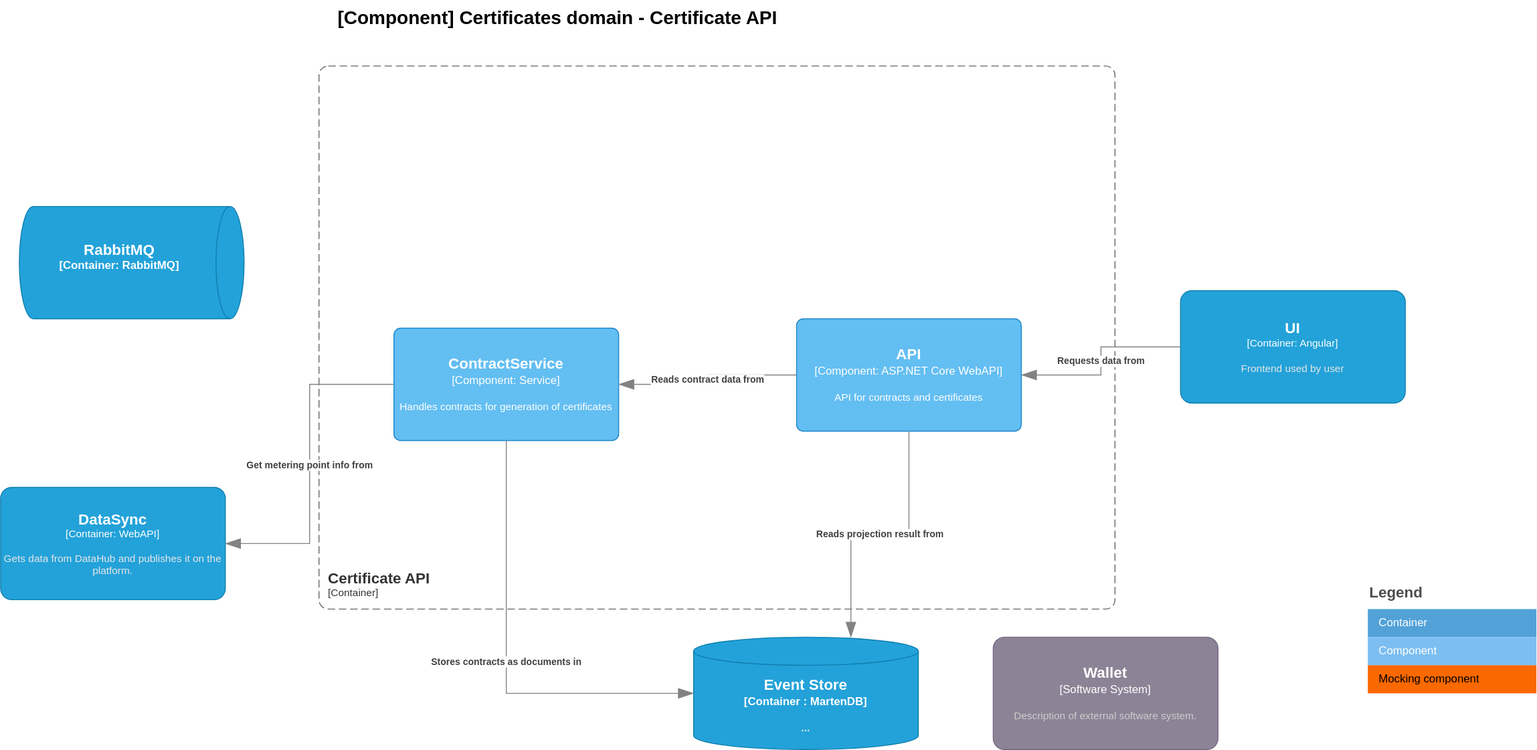
Above: doc/architecture/diagrams/certificates.current.component.certificate.api.drawio.svg in Energinet-DataHub/energy-origin (draw.io), before the change. Source tidied: cells renumbered, new cells last; positions are measured from the earlier drawing's top-left corner, leaving out a move shared by most shapes.
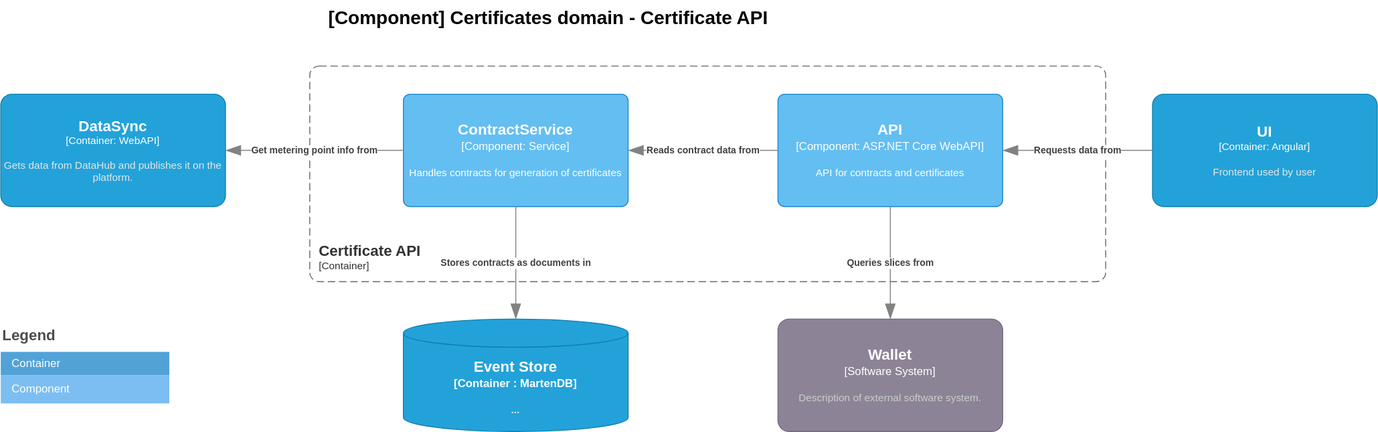
The same file after the commit.

What changed in the source:
```diff
@@ -4,17 +4,17 @@
     <mxCell id="1" parent="0" />
     <object id="2" label="&lt;font style=&quot;font-size: 16px&quot;&gt;&lt;b&gt;&lt;div style=&quot;text-align: left&quot;&gt;%c4Name%&lt;/div&gt;&lt;/b&gt;&lt;/font&gt;&lt;div style=&quot;text-align: left&quot;&gt;[%c4Application%]&lt;/div&gt;" c4Application="Container" c4Name="Certificate API" c4Type="ContainerScopeBoundary" placeholders="1">
       <mxCell style="rounded=1;fontSize=11;whiteSpace=wrap;html=1;dashed=1;arcSize=20;fillColor=none;strokeColor=#666666;fontColor=#333333;labelBackgroundColor=none;align=left;verticalAlign=bottom;labelBorderColor=none;spacingTop=0;spacing=10;dashPattern=8 4;perimeter=rectanglePerimeter;noLabel=0;labelPadding=0;absoluteArcSize=1;" parent="1" vertex="1">
-        <mxGeometry x="340" y="70" width="850" height="580" as="geometry" />
+        <mxGeometry x="340" y="70" width="850" height="230" as="geometry" />
       </mxCell>
     </object>
     <object id="3" label="&lt;font style=&quot;font-size: 16px&quot;&gt;&lt;b&gt;%c4Type%&lt;/font&gt;&lt;div&gt;[%c4Container%:&amp;nbsp;%c4Technology%]&lt;/div&gt;&lt;br&gt;&lt;div&gt;&lt;font style=&quot;font-size: 11px&quot;&gt;&lt;font color=&quot;#E6E6E6&quot;&gt;%c4Description%&lt;/font&gt;&lt;/div&gt;" c4Container="Container " c4Description="..." c4Technology="MartenDB" c4Type="Event Store" placeholders="1">
       <mxCell style="shape=cylinder3;size=15;whiteSpace=wrap;html=1;boundedLbl=1;rounded=0;labelBackgroundColor=none;fillColor=#23A2D9;fontSize=12;fontColor=#ffffff;align=center;strokeColor=#0E7DAD;points=[[0.5,0,0],[1,0.25,0],[1,0.5,0],[1,0.75,0],[0.5,1,0],[0,0.75,0],[0,0.5,0],[0,0.25,0]];" parent="1" vertex="1">
-        <mxGeometry x="740" y="680" width="240" height="120" as="geometry" />
+        <mxGeometry x="440" y="340" width="240" height="120" as="geometry" />
       </mxCell>
     </object>
     <object id="4" label="&lt;font style=&quot;font-size: 16px&quot;&gt;&lt;b&gt;%c4Name%&lt;/b&gt;&lt;/font&gt;&lt;div&gt;[%c4Type%: %c4Technology%]&lt;/div&gt;&lt;br&gt;&lt;div&gt;&lt;font style=&quot;font-size: 11px&quot;&gt;%c4Description%&lt;/font&gt;&lt;/div&gt;" c4Description="Handles contracts for generation of certificates" c4Name="ContractService" c4Technology="Service" c4Type="Component" placeholders="1">
       <mxCell style="rounded=1;whiteSpace=wrap;html=1;labelBackgroundColor=none;fillColor=#63BEF2;align=center;arcSize=6;strokeColor=#2086C9;points=[[0.25,0,0],[0.5,0,0],[0.75,0,0],[1,0.25,0],[1,0.5,0],[1,0.75,0],[0.75,1,0],[0.5,1,0],[0.25,1,0],[0,0.75,0],[0,0.5,0],[0,0.25,0]];fontColor=#ffffff;" parent="1" vertex="1">
-        <mxGeometry x="420" y="350" width="240" height="120" as="geometry" />
+        <mxGeometry x="440" y="100" width="240" height="120" as="geometry" />
       </mxCell>
     </object>
     <object id="5" label="&lt;font style=&quot;font-size: 20px;&quot;&gt;&lt;b style=&quot;font-size: 20px;&quot;&gt;&lt;div style=&quot;font-size: 20px;&quot;&gt;%c4Name%&lt;/div&gt;&lt;/b&gt;&lt;/font&gt;&lt;div style=&quot;font-size: 20px;&quot;&gt;%c4Description%&lt;/div&gt;" c4Description="" c4Name="[Component] Certificates domain - Certificate API" c4Type="ContainerDiagramTitle" placeholders="1">
@@ -24,34 +24,34 @@
     </object>
     <object id="6" label="&lt;font style=&quot;font-size: 16px&quot;&gt;&lt;b&gt;%c4Name%&lt;/b&gt;&lt;/font&gt;&lt;div&gt;[%c4Type%: %c4Technology%]&lt;/div&gt;&lt;br&gt;&lt;div&gt;&lt;font style=&quot;font-size: 11px&quot;&gt;&lt;font color=&quot;#E6E6E6&quot;&gt;%c4Description%&lt;/font&gt;&lt;/div&gt;" c4Description="Gets data from DataHub and publishes it on the platform." c4Name="DataSync" c4Technology="WebAPI" c4Type="Container" placeholders="1">
       <mxCell style="rounded=1;whiteSpace=wrap;html=1;fontSize=11;labelBackgroundColor=none;fillColor=#23A2D9;fontColor=#ffffff;align=center;arcSize=10;strokeColor=#0E7DAD;points=[[0.25,0,0],[0.5,0,0],[0.75,0,0],[1,0.25,0],[1,0.5,0],[1,0.75,0],[0.75,1,0],[0.5,1,0],[0.25,1,0],[0,0.75,0],[0,0.5,0],[0,0.25,0]];" parent="1" vertex="1">
-        <mxGeometry y="520" width="240" height="120" as="geometry" />
+        <mxGeometry x="10" y="100" width="240" height="120" as="geometry" />
       </mxCell>
     </object>
     <mxCell id="7" value="Legend" style="align=left;fontSize=16;fontStyle=1;strokeColor=none;fillColor=none;fontColor=#4D4D4D;spacingTop=-8;" parent="1" vertex="1">
-      <mxGeometry x="1460" y="620" width="180" height="30" as="geometry" />
+      <mxGeometry x="10" y="345" width="180" height="30" as="geometry" />
     </mxCell>
     <mxCell id="8" style="shape=table;html=1;whiteSpace=wrap;startSize=0;fillColor=none;align=left;spacingLeft=10;strokeColor=none;rounded=1;arcSize=11;fontColor=#FFFFFF;" parent="1" vertex="1">
-      <mxGeometry x="1460" y="650" width="180" height="60" as="geometry" />
+      <mxGeometry x="10" y="375" width="180" height="55" as="geometry" />
     </mxCell>
     <mxCell id="9" value="Container" style="shape=partialRectangle;html=1;whiteSpace=wrap;fillColor=#52A2D8;top=0;left=0;bottom=0;right=0;overflow=hidden;align=left;spacingLeft=10;fontColor=#FFFFFF;strokeColor=#2086C9;" parent="8" vertex="1">
-      <mxGeometry width="180" height="30" as="geometry" />
+      <mxGeometry width="180" height="25" as="geometry" />
     </mxCell>
     <mxCell id="10" value="Component" style="shape=partialRectangle;html=1;whiteSpace=wrap;fillColor=#7CBEF1;top=0;left=0;bottom=0;right=0;overflow=hidden;align=left;spacingLeft=10;fontColor=#FFFFFF;strokeColor=#2086C9;" parent="8" vertex="1">
-      <mxGeometry y="30" width="180" height="30" as="geometry" />
+      <mxGeometry y="25" width="180" height="30" as="geometry" />
     </mxCell>
     <object id="11" label="&lt;font style=&quot;font-size: 16px&quot;&gt;&lt;b&gt;%c4Name%&lt;/b&gt;&lt;/font&gt;&lt;div&gt;[%c4Type%: %c4Technology%]&lt;/div&gt;&lt;br&gt;&lt;div&gt;&lt;font style=&quot;font-size: 11px&quot;&gt;%c4Description%&lt;/font&gt;&lt;/div&gt;" c4Description="API for contracts and certificates" c4Name="API" c4Technology="ASP.NET Core WebAPI" c4Type="Component" placeholders="1">
       <mxCell style="rounded=1;whiteSpace=wrap;html=1;labelBackgroundColor=none;fillColor=#63BEF2;fontColor=#ffffff;align=center;arcSize=6;strokeColor=#2086C9;points=[[0.25,0,0],[0.5,0,0],[0.75,0,0],[1,0.25,0],[1,0.5,0],[1,0.75,0],[0.75,1,0],[0.5,1,0],[0.25,1,0],[0,0.75,0],[0,0.5,0],[0,0.25,0]];" parent="1" vertex="1">
-        <mxGeometry x="850" y="340" width="240" height="120" as="geometry" />
+        <mxGeometry x="840" y="100" width="240" height="120" as="geometry" />
       </mxCell>
     </object>
-    <object id="12" label="&lt;div style=&quot;text-align: left&quot;&gt;&lt;div style=&quot;text-align: center&quot;&gt;&lt;b&gt;%c4Description%&lt;/b&gt;&lt;/div&gt;" c4Description="Reads projection result from" c4Type="Relationship" placeholders="1">
-      <mxCell style="endArrow=blockThin;html=1;fontSize=10;fontColor=#404040;strokeWidth=1;endFill=1;strokeColor=#828282;elbow=vertical;endSize=14;startSize=14;jumpStyle=arc;jumpSize=16;rounded=0;edgeStyle=orthogonalEdgeStyle;exitX=0.5;exitY=1;exitDx=0;exitDy=0;exitPerimeter=0;entryX=0.7;entryY=0.002;entryDx=0;entryDy=0;entryPerimeter=0;" parent="1" edge="1" source="11" target="3">
+    <object id="12" label="&lt;div style=&quot;text-align: left&quot;&gt;&lt;div style=&quot;text-align: center&quot;&gt;&lt;b&gt;%c4Description%&lt;/b&gt;&lt;/div&gt;" c4Description="Queries slices from" c4Type="Relationship" placeholders="1">
+      <mxCell style="endArrow=blockThin;html=1;fontSize=10;fontColor=#404040;strokeWidth=1;endFill=1;strokeColor=#828282;elbow=vertical;endSize=14;startSize=14;jumpStyle=arc;jumpSize=16;rounded=0;edgeStyle=orthogonalEdgeStyle;exitX=0.5;exitY=1;exitDx=0;exitDy=0;exitPerimeter=0;entryX=0.5;entryY=0;entryDx=0;entryDy=0;entryPerimeter=0;" parent="1" edge="1" source="11" target="21">
         <mxGeometry relative="1" as="geometry" />
       </mxCell>
     </object>
     <object id="13" label="&lt;font style=&quot;font-size: 16px&quot;&gt;&lt;b&gt;%c4Name%&lt;/b&gt;&lt;/font&gt;&lt;div&gt;[%c4Type%: %c4Technology%]&lt;/div&gt;&lt;br&gt;&lt;div&gt;&lt;font style=&quot;font-size: 11px&quot;&gt;&lt;font color=&quot;#E6E6E6&quot;&gt;%c4Description%&lt;/font&gt;&lt;/div&gt;" c4Description="Frontend used by user" c4Name="UI" c4Technology="Angular" c4Type="Container" placeholders="1">
       <mxCell style="rounded=1;whiteSpace=wrap;html=1;fontSize=11;labelBackgroundColor=none;fillColor=#23A2D9;fontColor=#ffffff;align=center;arcSize=10;strokeColor=#0E7DAD;points=[[0.25,0,0],[0.5,0,0],[0.75,0,0],[1,0.25,0],[1,0.5,0],[1,0.75,0],[0.75,1,0],[0.5,1,0],[0.25,1,0],[0,0.75,0],[0,0.5,0],[0,0.25,0]];" parent="1" vertex="1">
-        <mxGeometry x="1260" y="310" width="240" height="120" as="geometry" />
+        <mxGeometry x="1240" y="100" width="240" height="120" as="geometry" />
       </mxCell>
     </object>
     <object id="14" label="&lt;div style=&quot;text-align: left&quot;&gt;&lt;div style=&quot;text-align: center&quot;&gt;&lt;b&gt;%c4Description%&lt;/b&gt;&lt;/div&gt;" c4Description="Requests data from" c4Type="Relationship" placeholders="1">
@@ -59,13 +59,8 @@
         <mxGeometry relative="1" as="geometry" />
       </mxCell>
     </object>
-    <object id="15" label="&lt;font style=&quot;font-size: 16px&quot;&gt;&lt;b&gt;%c4Type%&lt;/font&gt;&lt;div&gt;[%c4Container%:&amp;nbsp;%c4Technology%]&lt;/div&gt;&lt;br&gt;&lt;div&gt;&lt;font style=&quot;font-size: 11px&quot;&gt;&lt;font color=&quot;#E6E6E6&quot;&gt;%c4Description%&lt;/font&gt;&lt;/div&gt;" c4Container="Container" c4Description="" c4Technology="RabbitMQ" c4Type="RabbitMQ" placeholders="1">
-      <mxCell style="shape=cylinder3;size=15;direction=south;whiteSpace=wrap;html=1;boundedLbl=1;rounded=0;labelBackgroundColor=none;fillColor=#23A2D9;fontSize=12;fontColor=#ffffff;align=center;strokeColor=#0E7DAD;" parent="1" vertex="1">
-        <mxGeometry x="20" y="220" width="240" height="120" as="geometry" />
-      </mxCell>
-    </object>
     <object id="16" label="&lt;div style=&quot;text-align: left&quot;&gt;&lt;div style=&quot;text-align: center&quot;&gt;&lt;b&gt;%c4Description%&lt;/b&gt;&lt;/div&gt;" c4Description="Stores contracts as documents in" c4Type="Relationship" placeholders="1">
-      <mxCell style="endArrow=blockThin;html=1;fontSize=10;fontColor=#404040;strokeWidth=1;endFill=1;strokeColor=#828282;elbow=vertical;endSize=14;startSize=14;jumpStyle=arc;jumpSize=16;rounded=0;edgeStyle=orthogonalEdgeStyle;exitX=0.5;exitY=1;exitDx=0;exitDy=0;exitPerimeter=0;entryX=0;entryY=0.5;entryDx=0;entryDy=0;entryPerimeter=0;" parent="1" edge="1" source="4" target="3">
+      <mxCell style="endArrow=blockThin;html=1;fontSize=10;fontColor=#404040;strokeWidth=1;endFill=1;strokeColor=#828282;elbow=vertical;endSize=14;startSize=14;jumpStyle=arc;jumpSize=16;rounded=0;edgeStyle=orthogonalEdgeStyle;exitX=0.5;exitY=1;exitDx=0;exitDy=0;exitPerimeter=0;entryX=0.5;entryY=0;entryDx=0;entryDy=0;entryPerimeter=0;" parent="1" edge="1" source="4" target="3">
         <mxGeometry relative="1" as="geometry" />
       </mxCell>
     </object>
@@ -79,15 +74,9 @@
         <mxGeometry relative="1" as="geometry" />
       </mxCell>
     </object>
-    <mxCell id="19" style="shape=table;html=1;whiteSpace=wrap;startSize=0;fillColor=none;align=left;spacingLeft=10;strokeColor=none;rounded=1;arcSize=11;fontColor=#FFFFFF;" parent="1" vertex="1">
-      <mxGeometry x="1460" y="710" width="180" height="30" as="geometry" />
-    </mxCell>
-    <mxCell id="20" value="Mocking component" style="shape=partialRectangle;html=1;whiteSpace=wrap;fillColor=#FA6800;top=0;left=0;bottom=0;right=0;overflow=hidden;align=left;spacingLeft=10;fontColor=#000000;strokeColor=#2086C9;" parent="19" vertex="1">
-      <mxGeometry width="180" height="30" as="geometry" />
-    </mxCell>
     <object id="21" label="&lt;font style=&quot;font-size: 16px&quot;&gt;&lt;b&gt;%c4Name%&lt;/b&gt;&lt;/font&gt;&lt;div&gt;[%c4Type%]&lt;/div&gt;&lt;br&gt;&lt;div&gt;&lt;font style=&quot;font-size: 11px&quot;&gt;&lt;font color=&quot;#cccccc&quot;&gt;%c4Description%&lt;/font&gt;&lt;/div&gt;" c4Description="Description of external software system." c4Name="Wallet" c4Type="Software System" placeholders="1">
       <mxCell style="rounded=1;whiteSpace=wrap;html=1;labelBackgroundColor=none;fillColor=#8C8496;fontColor=#ffffff;align=center;arcSize=10;strokeColor=#736782;points=[[0.25,0,0],[0.5,0,0],[0.75,0,0],[1,0.25,0],[1,0.5,0],[1,0.75,0],[0.75,1,0],[0.5,1,0],[0.25,1,0],[0,0.75,0],[0,0.5,0],[0,0.25,0]];" parent="1" vertex="1">
-        <mxGeometry x="1060" y="680" width="240" height="120" as="geometry" />
+        <mxGeometry x="840" y="340" width="240" height="120" as="geometry" />
       </mxCell>
     </object>
   </root>
```
